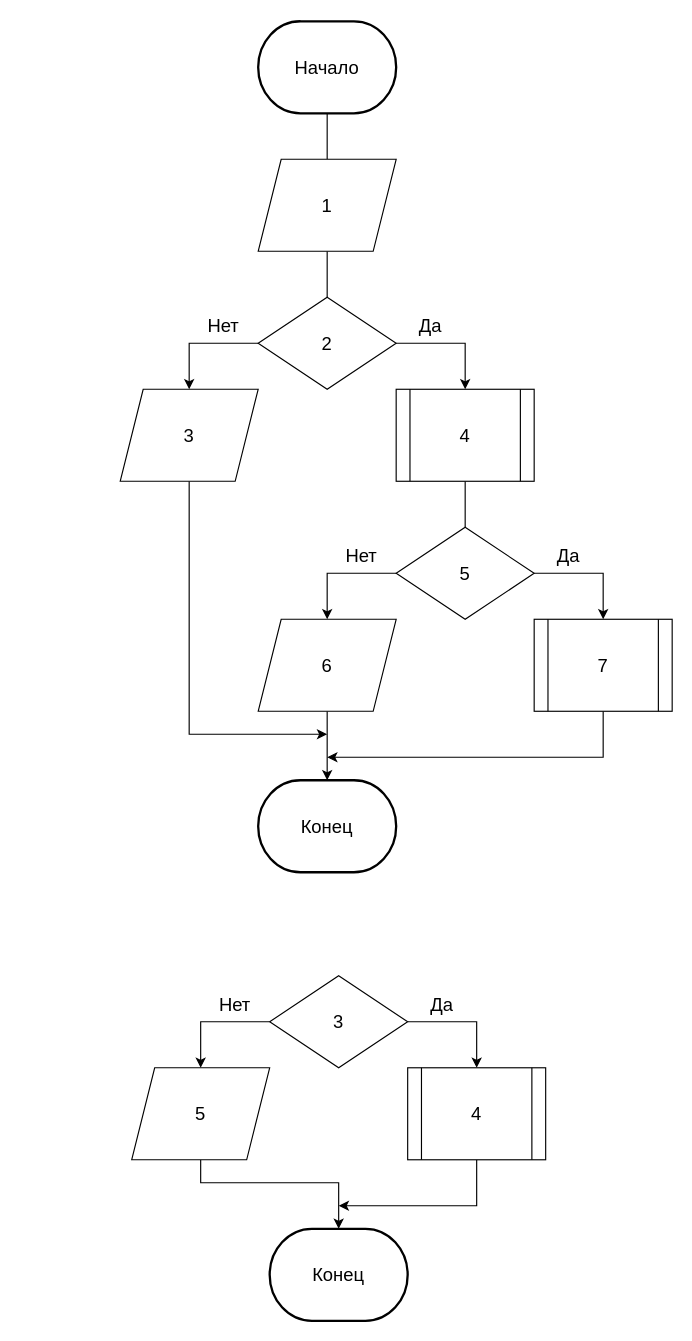
The draw.io diagram блок-схемы/рисунок 13.drawio in ZakharTS/kpo_course, before the edit. Source tidied: cells renumbered, new cells numbered last; positions are measured from the earlier drawing's top-left corner, leaving out a move shared by most shapes. Both pictures are drawn from the tidied source at 115%, with x=0, y=0 at pixel (120, 21).
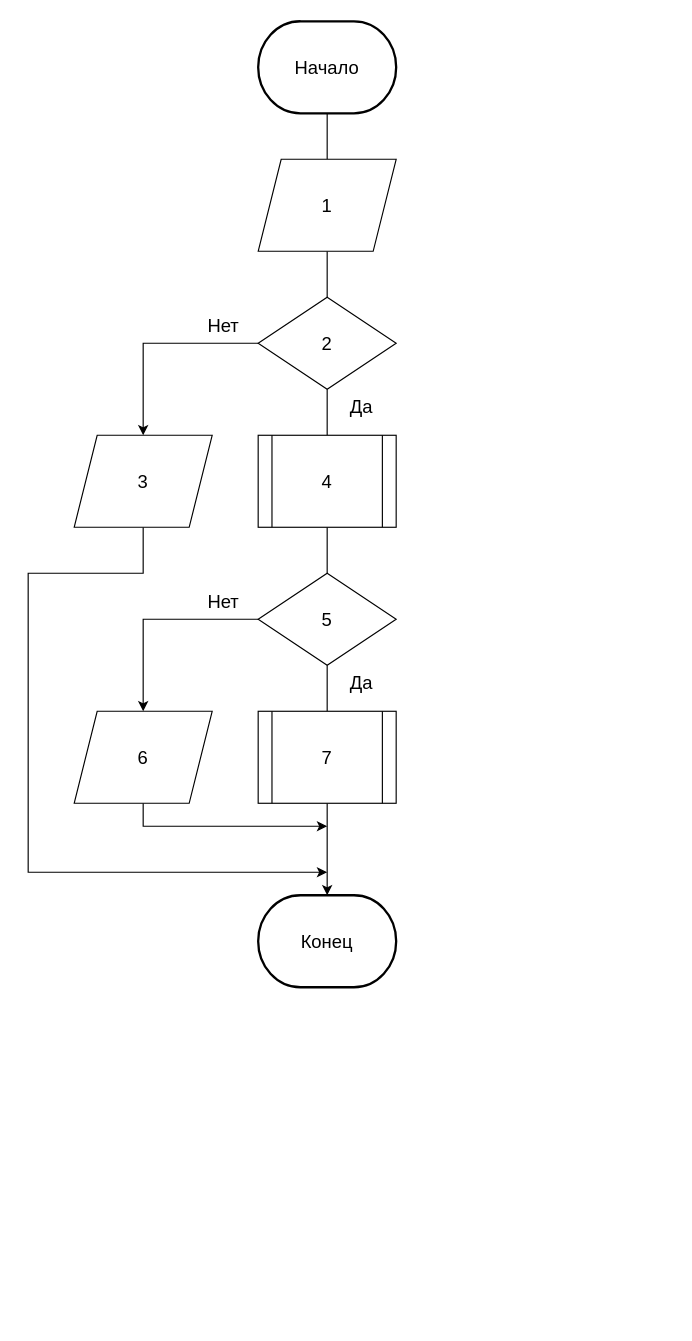
Above is the later version.

The change refers to these unchanged cells:
```xml
<mxCell id="16" value="2" style="rhombus;whiteSpace=wrap;html=1;fontSize=16;" parent="1" vertex="1">
  <mxGeometry x="120" y="240" width="120" height="80" as="geometry" />
</mxCell>
```

The edit, as a diff of the source:
```diff
@@
-    <mxCell id="4" value="&lt;font style=&quot;font-size: 16px;&quot;&gt;Конец&lt;/font&gt;" style="strokeWidth=2;html=1;shape=mxgraph.flowchart.terminator;whiteSpace=wrap;" parent="1" vertex="1">
-      <mxGeometry x="130" y="1050" width="120" height="80" as="geometry" />
-    </mxCell>
-    <mxCell id="5" style="edgeStyle=orthogonalEdgeStyle;rounded=0;jettySize=auto;html=1;entryX=0.5;entryY=0;entryDx=0;entryDy=0;fontSize=16;" parent="1" edge="1" source="7" target="9">
-      <mxGeometry relative="1" as="geometry">
-        <Array as="points">
-          <mxPoint x="310" y="870" />
-        </Array>
-      </mxGeometry>
-    </mxCell>
-    <mxCell id="6" style="edgeStyle=orthogonalEdgeStyle;rounded=0;jettySize=auto;html=1;entryX=0.5;entryY=0;entryDx=0;entryDy=0;fontSize=16;" parent="1" edge="1" source="7" target="11">
-      <mxGeometry relative="1" as="geometry">
-        <Array as="points">
-          <mxPoint x="70" y="870" />
-        </Array>
-      </mxGeometry>
-    </mxCell>
-    <mxCell id="7" value="&lt;div&gt;3&lt;/div&gt;" style="rhombus;whiteSpace=wrap;html=1;fontSize=16;" parent="1" vertex="1">
-      <mxGeometry x="130" y="830" width="120" height="80" as="geometry" />
-    </mxCell>
-    <mxCell id="8" style="edgeStyle=orthogonalEdgeStyle;rounded=0;jettySize=auto;html=1;fontSize=16;" parent="1" edge="1" source="9">
-      <mxGeometry relative="1" as="geometry">
-        <mxPoint x="190" y="1030" as="targetPoint" />
-        <Array as="points">
-          <mxPoint x="310" y="1030" />
-        </Array>
-      </mxGeometry>
-    </mxCell>
-    <mxCell id="9" value="4" style="shape=process;whiteSpace=wrap;html=1;backgroundOutline=1;fontSize=16;" parent="1" vertex="1">
-      <mxGeometry x="250" y="910" width="120" height="80" as="geometry" />
-    </mxCell>
-    <mxCell id="10" style="edgeStyle=orthogonalEdgeStyle;rounded=0;jettySize=auto;html=1;entryX=0.5;entryY=0;entryDx=0;entryDy=0;entryPerimeter=0;fontSize=16;" parent="1" edge="1" source="11" target="4">
-      <mxGeometry relative="1" as="geometry">
-        <Array as="points">
-          <mxPoint x="70" y="1010" />
-          <mxPoint x="190" y="1010" />
-        </Array>
-      </mxGeometry>
-    </mxCell>
-    <mxCell id="11" value="5" style="shape=parallelogram;perimeter=parallelogramPerimeter;whiteSpace=wrap;html=1;fixedSize=1;fontSize=16;" parent="1" vertex="1">
-      <mxGeometry x="10" y="910" width="120" height="80" as="geometry" />
-    </mxCell>
-    <mxCell id="12" value="Да" style="text;html=1;strokeColor=none;fillColor=none;align=center;verticalAlign=middle;whiteSpace=wrap;rounded=0;fontSize=16;" parent="1" vertex="1">
-      <mxGeometry x="250" y="840" width="60" height="30" as="geometry" />
-    </mxCell>
-    <mxCell id="13" value="Нет" style="text;html=1;strokeColor=none;fillColor=none;align=center;verticalAlign=middle;whiteSpace=wrap;rounded=0;fontSize=16;" parent="1" vertex="1">
-      <mxGeometry x="70" y="840" width="60" height="30" as="geometry" />
-    </mxCell>
-    <mxCell id="14" style="edgeStyle=orthogonalEdgeStyle;rounded=0;jettySize=auto;html=1;entryX=0.5;entryY=0;entryDx=0;entryDy=0;fontSize=16;" parent="1" edge="1" source="16">
-      <mxGeometry relative="1" as="geometry">
-        <mxPoint x="300" y="320" as="targetPoint" />
-        <Array as="points">
-          <mxPoint x="300" y="280" />
-        </Array>
-      </mxGeometry>
-    </mxCell>
-    <mxCell id="15" style="edgeStyle=orthogonalEdgeStyle;rounded=0;jettySize=auto;html=1;entryX=0.5;entryY=0;entryDx=0;entryDy=0;fontSize=16;" parent="1" edge="1" source="16">
+    <mxCell id="15" style="edgeStyle=orthogonalEdgeStyle;rounded=0;jettySize=auto;html=1;entryX=0.5;entryY=0;entryDx=0;entryDy=0;fontSize=16;" parent="1" edge="1" source="16" target="20">
       <mxGeometry relative="1" as="geometry">
-        <mxPoint x="60" y="320" as="targetPoint" />
         <Array as="points">
-          <mxPoint x="60" y="280" />
+          <mxPoint x="20" y="280" />
         </Array>
       </mxGeometry>
     </mxCell>
+    <mxCell id="35" style="edgeStyle=orthogonalEdgeStyle;rounded=0;jettySize=auto;html=1;entryX=0.5;entryY=0;entryDx=0;entryDy=0;endArrow=none;endFill=0;" parent="1" edge="1" source="16" target="22">
+      <mxGeometry relative="1" as="geometry" />
+    </mxCell>
@@
     <mxCell id="17" value="Да" style="text;html=1;strokeColor=none;fillColor=none;align=center;verticalAlign=middle;whiteSpace=wrap;rounded=0;fontSize=16;" parent="1" vertex="1">
-      <mxGeometry x="240" y="250" width="60" height="30" as="geometry" />
+      <mxGeometry x="180" y="320" width="60" height="30" as="geometry" />
     </mxCell>
@@
-    <mxCell id="19" style="edgeStyle=orthogonalEdgeStyle;rounded=0;jettySize=auto;html=1;fontSize=16;endArrow=classic;endFill=1;" parent="1" edge="1" source="20">
-      <mxGeometry relative="1" as="geometry">
-        <mxPoint x="180" y="620" as="targetPoint" />
-        <Array as="points">
-          <mxPoint x="60" y="620" />
-        </Array>
-      </mxGeometry>
-    </mxCell>
+    <mxCell id="36" style="edgeStyle=orthogonalEdgeStyle;rounded=0;jettySize=auto;html=1;endArrow=classic;endFill=1;" parent="1" edge="1" source="20">
+      <mxGeometry relative="1" as="geometry">
+        <mxPoint x="180" y="740" as="targetPoint" />
+        <Array as="points">
+          <mxPoint x="20" y="480" />
+          <mxPoint x="-80" y="480" />
+          <mxPoint x="-80" y="740" />
+        </Array>
+      </mxGeometry>
+    </mxCell>
     <mxCell id="20" value="3" style="shape=parallelogram;perimeter=parallelogramPerimeter;whiteSpace=wrap;html=1;fixedSize=1;fontSize=16;" parent="1" vertex="1">
-      <mxGeometry y="320" width="120" height="80" as="geometry" />
+      <mxGeometry x="-40" y="360" width="120" height="80" as="geometry" />
     </mxCell>
-    <mxCell id="21" style="edgeStyle=orthogonalEdgeStyle;rounded=0;jettySize=auto;html=1;entryX=0.5;entryY=0;entryDx=0;entryDy=0;fontSize=16;endArrow=none;endFill=0;" parent="1" edge="1" source="22" target="25">
+    <mxCell id="21" style="edgeStyle=orthogonalEdgeStyle;rounded=0;jettySize=auto;html=1;entryX=0.5;entryY=0;entryDx=0;entryDy=0;fontSize=16;endArrow=none;endFill=0;exitX=0.5;exitY=1;exitDx=0;exitDy=0;" parent="1" edge="1" source="22" target="25">
       <mxGeometry relative="1" as="geometry" />
     </mxCell>
     <mxCell id="22" value="4" style="shape=process;whiteSpace=wrap;html=1;backgroundOutline=1;fontSize=16;" parent="1" vertex="1">
-      <mxGeometry x="240" y="320" width="120" height="80" as="geometry" />
+      <mxGeometry x="120" y="360" width="120" height="80" as="geometry" />
     </mxCell>
-    <mxCell id="23" style="edgeStyle=orthogonalEdgeStyle;rounded=0;jettySize=auto;html=1;entryX=0.5;entryY=0;entryDx=0;entryDy=0;fontSize=16;" parent="1" edge="1" source="25">
-      <mxGeometry relative="1" as="geometry">
-        <mxPoint x="420" y="520" as="targetPoint" />
-        <Array as="points">
-          <mxPoint x="420" y="480" />
-        </Array>
-      </mxGeometry>
-    </mxCell>
-    <mxCell id="24" style="edgeStyle=orthogonalEdgeStyle;rounded=0;jettySize=auto;html=1;entryX=0.5;entryY=0;entryDx=0;entryDy=0;fontSize=16;" parent="1" edge="1" source="25">
+    <mxCell id="24" style="edgeStyle=orthogonalEdgeStyle;rounded=0;jettySize=auto;html=1;entryX=0.5;entryY=0;entryDx=0;entryDy=0;fontSize=16;" parent="1" edge="1" source="25" target="31">
       <mxGeometry relative="1" as="geometry">
-        <mxPoint x="180" y="520" as="targetPoint" />
         <Array as="points">
-          <mxPoint x="180" y="480" />
+          <mxPoint x="20" y="520" />
         </Array>
       </mxGeometry>
     </mxCell>
+    <mxCell id="37" style="edgeStyle=orthogonalEdgeStyle;rounded=0;jettySize=auto;html=1;entryX=0.5;entryY=0;entryDx=0;entryDy=0;endArrow=none;endFill=0;" parent="1" edge="1" source="25" target="29">
+      <mxGeometry relative="1" as="geometry" />
+    </mxCell>
     <mxCell id="25" value="5" style="rhombus;whiteSpace=wrap;html=1;fontSize=16;" parent="1" vertex="1">
-      <mxGeometry x="240" y="440" width="120" height="80" as="geometry" />
+      <mxGeometry x="120" y="480" width="120" height="80" as="geometry" />
     </mxCell>
     <mxCell id="26" value="Да" style="text;html=1;strokeColor=none;fillColor=none;align=center;verticalAlign=middle;whiteSpace=wrap;rounded=0;fontSize=16;" parent="1" vertex="1">
-      <mxGeometry x="360" y="450" width="60" height="30" as="geometry" />
+      <mxGeometry x="180" y="560" width="60" height="30" as="geometry" />
     </mxCell>
     <mxCell id="27" value="Нет" style="text;html=1;strokeColor=none;fillColor=none;align=center;verticalAlign=middle;whiteSpace=wrap;rounded=0;fontSize=16;" parent="1" vertex="1">
-      <mxGeometry x="180" y="450" width="60" height="30" as="geometry" />
+      <mxGeometry x="60" y="490" width="60" height="30" as="geometry" />
     </mxCell>
-    <mxCell id="28" style="edgeStyle=orthogonalEdgeStyle;rounded=0;jettySize=auto;html=1;fontSize=16;endArrow=classic;endFill=1;" parent="1" edge="1" source="29">
-      <mxGeometry relative="1" as="geometry">
-        <mxPoint x="180" y="640" as="targetPoint" />
-        <Array as="points">
-          <mxPoint x="420" y="640" />
-        </Array>
-      </mxGeometry>
-    </mxCell>
+    <mxCell id="38" style="edgeStyle=orthogonalEdgeStyle;rounded=0;jettySize=auto;html=1;entryX=0.5;entryY=0;entryDx=0;entryDy=0;entryPerimeter=0;endArrow=classic;endFill=1;" parent="1" edge="1" source="29" target="32">
+      <mxGeometry relative="1" as="geometry" />
+    </mxCell>
     <mxCell id="29" value="7" style="shape=process;whiteSpace=wrap;html=1;backgroundOutline=1;fontSize=16;" parent="1" vertex="1">
-      <mxGeometry x="360" y="520" width="120" height="80" as="geometry" />
+      <mxGeometry x="120" y="600" width="120" height="80" as="geometry" />
     </mxCell>
-    <mxCell id="30" style="edgeStyle=orthogonalEdgeStyle;rounded=0;jettySize=auto;html=1;entryX=0.5;entryY=0;entryDx=0;entryDy=0;entryPerimeter=0;fontSize=16;endArrow=classic;endFill=1;" parent="1" edge="1" source="31" target="32">
-      <mxGeometry relative="1" as="geometry" />
-    </mxCell>
+    <mxCell id="39" style="edgeStyle=orthogonalEdgeStyle;rounded=0;jettySize=auto;html=1;endArrow=classic;endFill=1;" parent="1" edge="1" source="31">
+      <mxGeometry relative="1" as="geometry">
+        <mxPoint x="180" y="700" as="targetPoint" />
+        <Array as="points">
+          <mxPoint x="20" y="700" />
+        </Array>
+      </mxGeometry>
+    </mxCell>
     <mxCell id="31" value="6" style="shape=parallelogram;perimeter=parallelogramPerimeter;whiteSpace=wrap;html=1;fixedSize=1;fontSize=16;" parent="1" vertex="1">
-      <mxGeometry x="120" y="520" width="120" height="80" as="geometry" />
+      <mxGeometry x="-40" y="600" width="120" height="80" as="geometry" />
     </mxCell>
     <mxCell id="32" value="&lt;font style=&quot;font-size: 16px;&quot;&gt;Конец&lt;/font&gt;" style="strokeWidth=2;html=1;shape=mxgraph.flowchart.terminator;whiteSpace=wrap;" parent="1" vertex="1">
-      <mxGeometry x="120" y="660" width="120" height="80" as="geometry" />
+      <mxGeometry x="120" y="760" width="120" height="80" as="geometry" />
     </mxCell>
```
